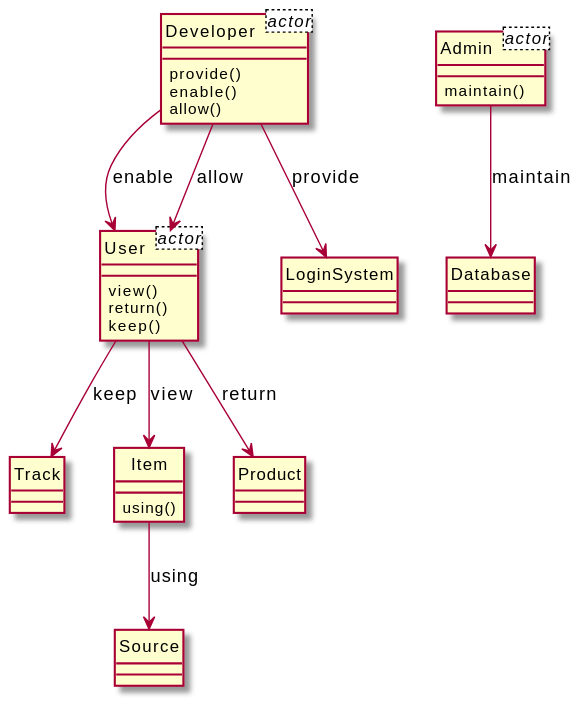
xixixhalu/DomainModelExtractor keeps this PlantUML diagram as output/diagram_5/2019-USC-Project09.svg. Above is the earlier version.
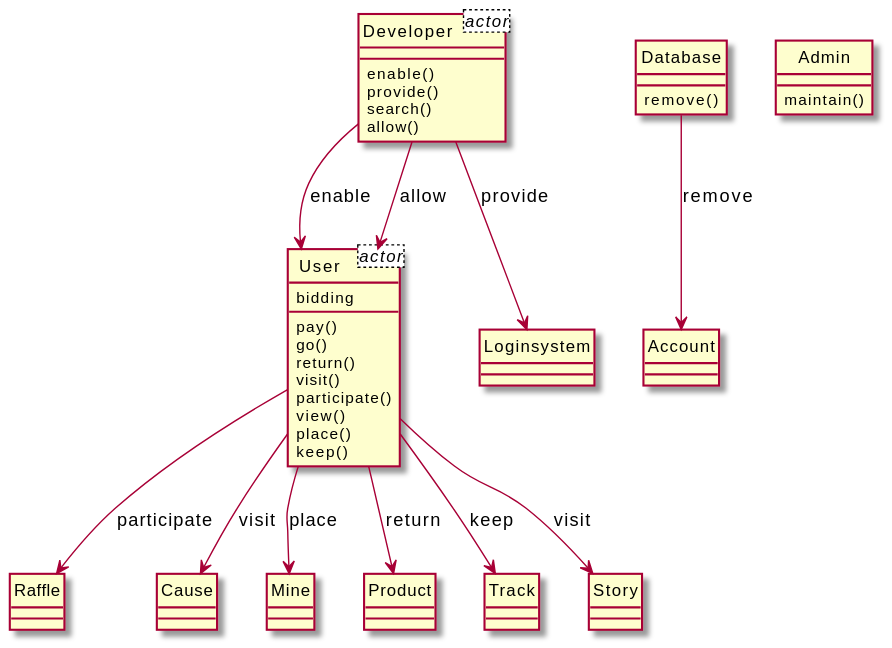
After the change.

The edit, as a diff of the source:
```diff
@@ -1,43 +1,56 @@
 @startuml
 hide circle
 class User<actor> {
+	bidding
 }
 class Developer<actor> {
 }
-class Admin<actor> {
-}
 class User {
+	pay()
+	go()
+	return()
+	visit()
+	participate()
 	view()
-	return()
+	place()
 	keep()
 }
-class Track {
-}
-class Item {
-	using()
+class Raffle {
 }
 class Developer {
+	enable()
 	provide()
-	enable()
+	search()
 	allow()
 }
-class LoginSystem {
+class Loginsystem {
 }
-class Product {
+class Cause {
 }
-class Source {
+class Mine {
+}
+class Database {
+	remove()
 }
 class Admin {
 	maintain()
 }
-class Database {
+class Product {
 }
-Item --> Source : using
-Developer --> LoginSystem : provide
+class Account {
+}
+class Track {
+}
+class Story {
+}
+User --> Product : return
+Developer --> User : enable
+User --> Mine : place
+Developer --> Loginsystem : provide
+Database --> Account : remove
+User --> Story : visit
+User --> Raffle : participate
+User --> Cause : visit
 User --> Track : keep
-User --> Product : return
-User --> Item : view
-Admin --> Database : maintain
-Developer --> User : enable
 Developer --> User : allow
 @enduml
```
